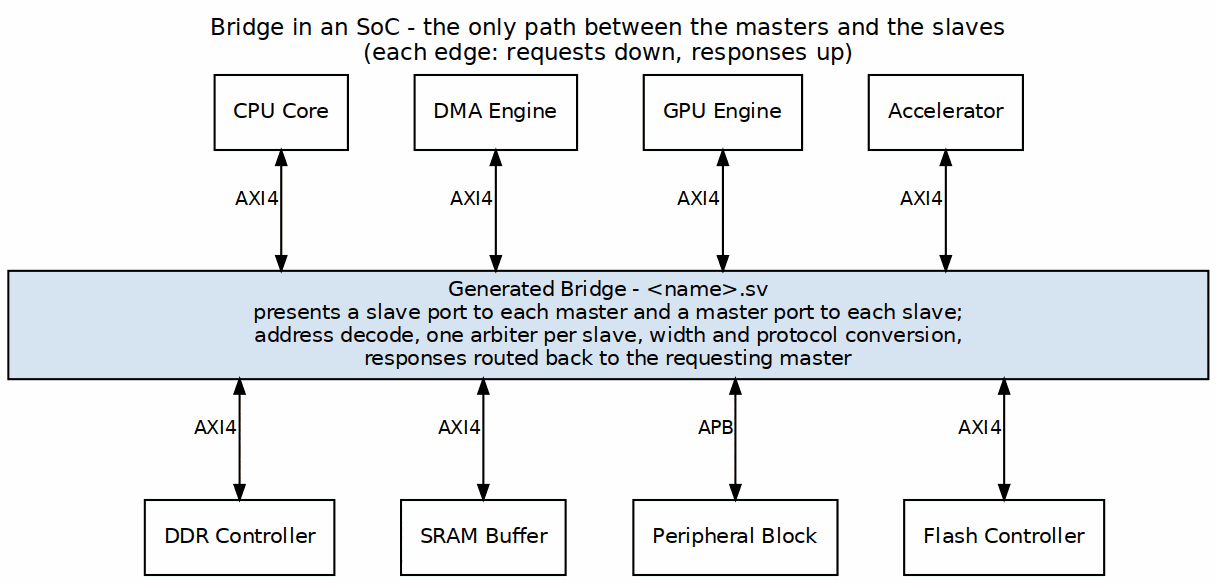
The Graphviz diagram projects/components/fabric-gen-ip/bridge/docs/bridge_has/assets/graphviz/system_context.png in sean-galloway/RTLDesignSherpa, before a commit. Its source is kept beside it as projects/components/fabric-gen-ip/bridge/docs/bridge_has/assets/graphviz/system_context.dot. Source of this version:
```dot
digraph system_context {
    graph [rankdir=TB, bgcolor="white", fontname="Helvetica", fontsize=11,
           nodesep="0.45", ranksep="0.80", splines=ortho, labelloc=t,
           label="Bridge in an SoC - the only path between the masters and the slaves\n(each edge: requests down, responses up)"];
    node  [fontname="Helvetica", fontsize=10, shape=box, style=filled,
           fillcolor="#D6E4F0", color="black", margin="0.12,0.06"];
    edge  [fontname="Helvetica", fontsize=9, color="black", arrowsize=0.7, dir=both];

    cpu [label="CPU Core", fillcolor="white"];
    dma [label="DMA Engine", fillcolor="white"];
    gpu [label="GPU Engine", fillcolor="white"];
    acc [label="Accelerator", fillcolor="white"];
    { rank=same; cpu; dma; gpu; acc; }
    cpu -> dma -> gpu -> acc [style=invis, dir=none];

    br [label="Generated Bridge - <name>.sv\npresents a slave port to each master and a master port to each slave;\naddress decode, one arbiter per slave, width and protocol conversion,\nresponses routed back to the requesting master", width=8];

    ddr   [label="DDR Controller", fillcolor="white"];
    sram  [label="SRAM Buffer", fillcolor="white"];
    per   [label="Peripheral Block", fillcolor="white"];
    flash [label="Flash Controller", fillcolor="white"];
    { rank=same; ddr; sram; per; flash; }
    ddr -> sram -> per -> flash [style=invis, dir=none];

    cpu -> br [xlabel="AXI4"];
    dma -> br [xlabel="AXI4"];
    gpu -> br [xlabel="AXI4"];
    acc -> br [xlabel="AXI4"];

    br -> ddr [xlabel="AXI4"];
    br -> sram [xlabel="AXI4"];
    br -> per [xlabel="APB"];
    br -> flash [xlabel="AXI4"];
}
```
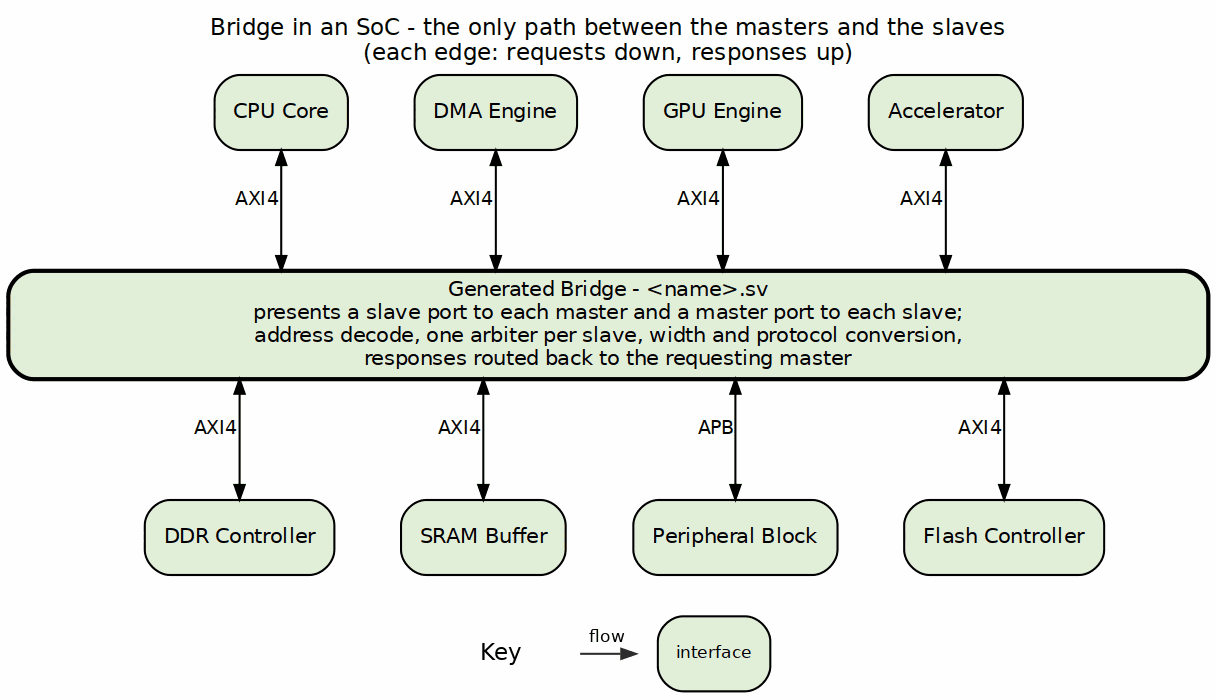
Above is the later version.

Diff of the diagram source:
```diff
@@ -3,22 +3,22 @@
            nodesep="0.45", ranksep="0.80", splines=ortho, labelloc=t,
            label="Bridge in an SoC - the only path between the masters and the slaves\n(each edge: requests down, responses up)"];
     node  [fontname="Helvetica", fontsize=10, shape=box, style=filled,
-           fillcolor="#D6E4F0", color="black", margin="0.12,0.06"];
+           fillcolor="white", color="black", margin="0.12,0.06"];
     edge  [fontname="Helvetica", fontsize=9, color="black", arrowsize=0.7, dir=both];
 
-    cpu [label="CPU Core", fillcolor="white"];
-    dma [label="DMA Engine", fillcolor="white"];
-    gpu [label="GPU Engine", fillcolor="white"];
-    acc [label="Accelerator", fillcolor="white"];
+    cpu [label="CPU Core", fillcolor="white", style="rounded,filled", fillcolor="#E2EFDA"];
+    dma [label="DMA Engine", fillcolor="white", style="rounded,filled", fillcolor="#E2EFDA"];
+    gpu [label="GPU Engine", fillcolor="white", style="rounded,filled", fillcolor="#E2EFDA"];
+    acc [label="Accelerator", fillcolor="white", style="rounded,filled", fillcolor="#E2EFDA"];
     { rank=same; cpu; dma; gpu; acc; }
     cpu -> dma -> gpu -> acc [style=invis, dir=none];
 
-    br [label="Generated Bridge - <name>.sv\npresents a slave port to each master and a master port to each slave;\naddress decode, one arbiter per slave, width and protocol conversion,\nresponses routed back to the requesting master", width=8];
+    br [label="Generated Bridge - <name>.sv\npresents a slave port to each master and a master port to each slave;\naddress decode, one arbiter per slave, width and protocol conversion,\nresponses routed back to the requesting master", width=8, style="rounded,filled,bold", fillcolor="#E2EFDA"];
 
-    ddr   [label="DDR Controller", fillcolor="white"];
-    sram  [label="SRAM Buffer", fillcolor="white"];
-    per   [label="Peripheral Block", fillcolor="white"];
-    flash [label="Flash Controller", fillcolor="white"];
+    ddr   [label="DDR Controller", fillcolor="white", style="rounded,filled", fillcolor="#E2EFDA"];
+    sram  [label="SRAM Buffer", fillcolor="white", style="rounded,filled", fillcolor="#E2EFDA"];
+    per   [label="Peripheral Block", fillcolor="white", style="rounded,filled", fillcolor="#E2EFDA"];
+    flash [label="Flash Controller", fillcolor="white", style="rounded,filled", fillcolor="#E2EFDA"];
     { rank=same; ddr; sram; per; flash; }
     ddr -> sram -> per -> flash [style=invis, dir=none];
 
```
